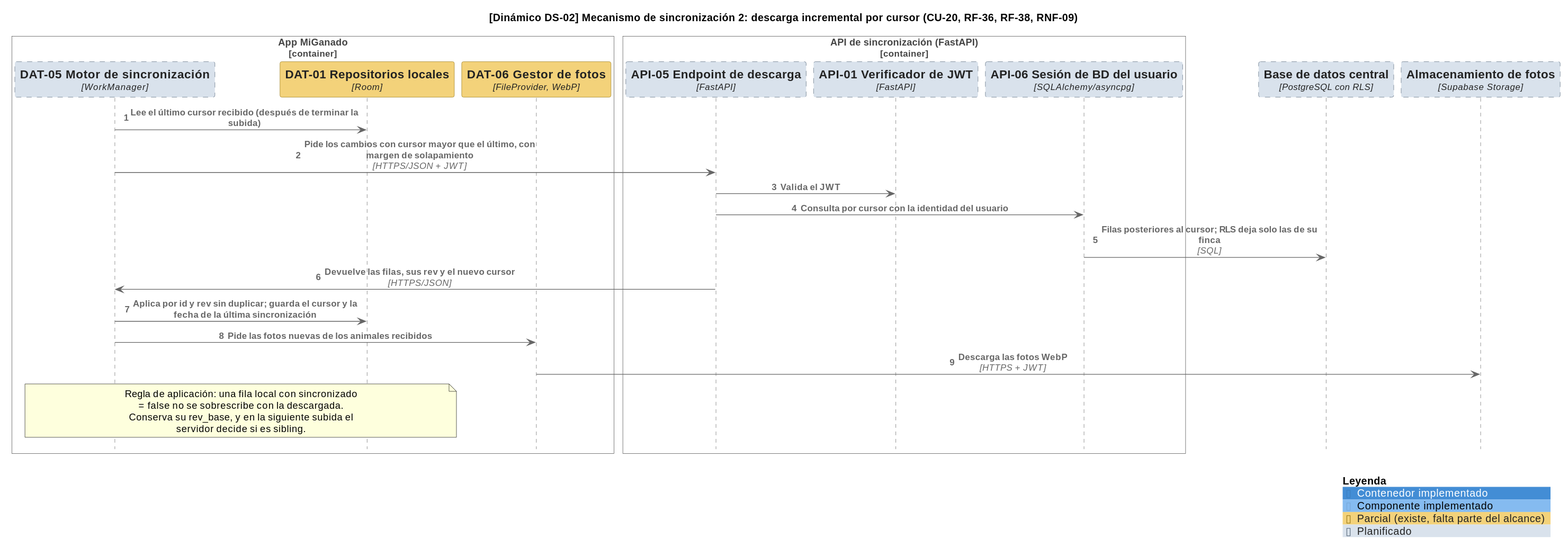
The PlantUML diagram docs/diagramas/c4/dinamicos/DS-02_descarga.svg in DevCris80/Degree-Work, before a commit. The source it was exported from:
```plantuml
@startuml
!include <C4/C4_Sequence>
UpdateLegendTitle("Leyenda")
SetDefaultLegendEntries("person\nexternal_system\ncontainer\ncomponent")
UpdateElementStyle("person", $legendText="Actor externo")
UpdateElementStyle("external_system", $legendText="Dispositivo externo (integrado o simulado)")
UpdateElementStyle("container", $legendText="Contenedor implementado")
UpdateElementStyle("component", $legendText="Componente implementado")
AddElementTag("parcial", $bgColor="#f3d27a", $fontColor="#222222", $borderColor="#9a7b1c", $legendText="Parcial (existe, falta parte del alcance)")
AddElementTag("planificado", $bgColor="#d9e2ec", $fontColor="#222222", $borderColor="#5a6b7d", $borderStyle=DashedLine(), $legendText="Planificado")
autonumber
skinparam wrapWidth 320

title [Dinámico DS-02] Mecanismo de sincronización 2: descarga incremental por cursor (CU-20, RF-36, RF-38, RNF-09)

Container_Boundary(app, "App MiGanado")
  Component(motor, "DAT-05 Motor de sincronización", "WorkManager", $tags="planificado")
  Component(repos, "DAT-01 Repositorios locales", "Room", $tags="parcial")
  Component(fotos, "DAT-06 Gestor de fotos", "FileProvider, WebP", $tags="parcial")
Boundary_End()
Container_Boundary(api, "API de sincronización (FastAPI)")
  Component(descarga, "API-05 Endpoint de descarga", "FastAPI", $tags="planificado")
  Component(jwt, "API-01 Verificador de JWT", "FastAPI", $tags="planificado")
  Component(sesDb, "API-06 Sesión de BD del usuario", "SQLAlchemy/asyncpg", $tags="planificado")
Boundary_End()
ContainerDb(pg, "Base de datos central", "PostgreSQL con RLS", $tags="planificado")
Container(storage, "Almacenamiento de fotos", "Supabase Storage", $tags="planificado")

Rel(motor, repos, "Lee el último cursor recibido (después de terminar la subida)")
Rel(motor, descarga, "Pide los cambios con cursor mayor que el último, con margen de solapamiento", "HTTPS/JSON + JWT")
Rel(descarga, jwt, "Valida el JWT")
Rel(descarga, sesDb, "Consulta por cursor con la identidad del usuario")
Rel(sesDb, pg, "Filas posteriores al cursor; RLS deja solo las de su finca", "SQL")
Rel(descarga, motor, "Devuelve las filas, sus rev y el nuevo cursor", "HTTPS/JSON")
Rel(motor, repos, "Aplica por id y rev sin duplicar; guarda el cursor y la fecha de la última sincronización")
Rel(motor, fotos, "Pide las fotos nuevas de los animales recibidos")
Rel(fotos, storage, "Descarga las fotos WebP", "HTTPS + JWT")

note over motor, repos
  Regla de aplicación: una fila local con sincronizado = false no se sobrescribe con la descargada. Conserva su rev_base, y en la siguiente subida el servidor decide si es sibling.
end note

SHOW_LEGEND()
@enduml
```
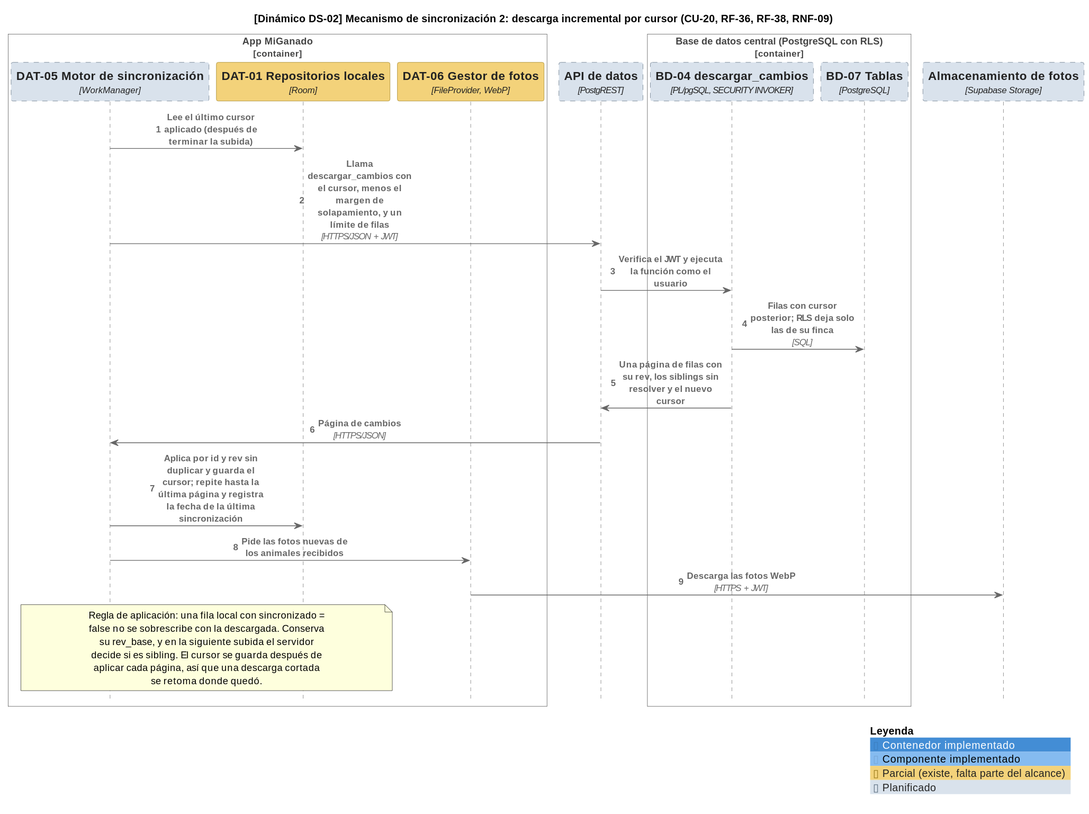
The same diagram one commit later.

What changed in the source:
```diff
@@ -18,26 +18,25 @@
   Component(repos, "DAT-01 Repositorios locales", "Room", $tags="parcial")
   Component(fotos, "DAT-06 Gestor de fotos", "FileProvider, WebP", $tags="parcial")
 Boundary_End()
-Container_Boundary(api, "API de sincronización (FastAPI)")
-  Component(descarga, "API-05 Endpoint de descarga", "FastAPI", $tags="planificado")
-  Component(jwt, "API-01 Verificador de JWT", "FastAPI", $tags="planificado")
-  Component(sesDb, "API-06 Sesión de BD del usuario", "SQLAlchemy/asyncpg", $tags="planificado")
+Container(rest, "API de datos", "PostgREST", $tags="planificado")
+Container_Boundary(bd, "Base de datos central (PostgreSQL con RLS)")
+  Component(descarga, "BD-04 descargar_cambios", "PL/pgSQL, SECURITY INVOKER", $tags="planificado")
+  ComponentDb(tablas, "BD-07 Tablas", "PostgreSQL", $tags="planificado")
 Boundary_End()
-ContainerDb(pg, "Base de datos central", "PostgreSQL con RLS", $tags="planificado")
 Container(storage, "Almacenamiento de fotos", "Supabase Storage", $tags="planificado")
 
-Rel(motor, repos, "Lee el último cursor recibido (después de terminar la subida)")
-Rel(motor, descarga, "Pide los cambios con cursor mayor que el último, con margen de solapamiento", "HTTPS/JSON + JWT")
-Rel(descarga, jwt, "Valida el JWT")
-Rel(descarga, sesDb, "Consulta por cursor con la identidad del usuario")
-Rel(sesDb, pg, "Filas posteriores al cursor; RLS deja solo las de su finca", "SQL")
-Rel(descarga, motor, "Devuelve las filas, sus rev y el nuevo cursor", "HTTPS/JSON")
-Rel(motor, repos, "Aplica por id y rev sin duplicar; guarda el cursor y la fecha de la última sincronización")
+Rel(motor, repos, "Lee el último cursor aplicado (después de terminar la subida)")
+Rel(motor, rest, "Llama descargar_cambios con el cursor, menos el margen de solapamiento, y un límite de filas", "HTTPS/JSON + JWT")
+Rel(rest, descarga, "Verifica el JWT y ejecuta la función como el usuario")
+Rel(descarga, tablas, "Filas con cursor posterior; RLS deja solo las de su finca", "SQL")
+Rel(descarga, rest, "Una página de filas con su rev, los siblings sin resolver y el nuevo cursor")
+Rel(rest, motor, "Página de cambios", "HTTPS/JSON")
+Rel(motor, repos, "Aplica por id y rev sin duplicar y guarda el cursor; repite hasta la última página y registra la fecha de la última sincronización")
 Rel(motor, fotos, "Pide las fotos nuevas de los animales recibidos")
 Rel(fotos, storage, "Descarga las fotos WebP", "HTTPS + JWT")
 
 note over motor, repos
-  Regla de aplicación: una fila local con sincronizado = false no se sobrescribe con la descargada. Conserva su rev_base, y en la siguiente subida el servidor decide si es sibling.
+  Regla de aplicación: una fila local con sincronizado = false no se sobrescribe con la descargada. Conserva su rev_base, y en la siguiente subida el servidor decide si es sibling. El cursor se guarda después de aplicar cada página, así que una descarga cortada se retoma donde quedó.
 end note
 
 SHOW_LEGEND()
```
